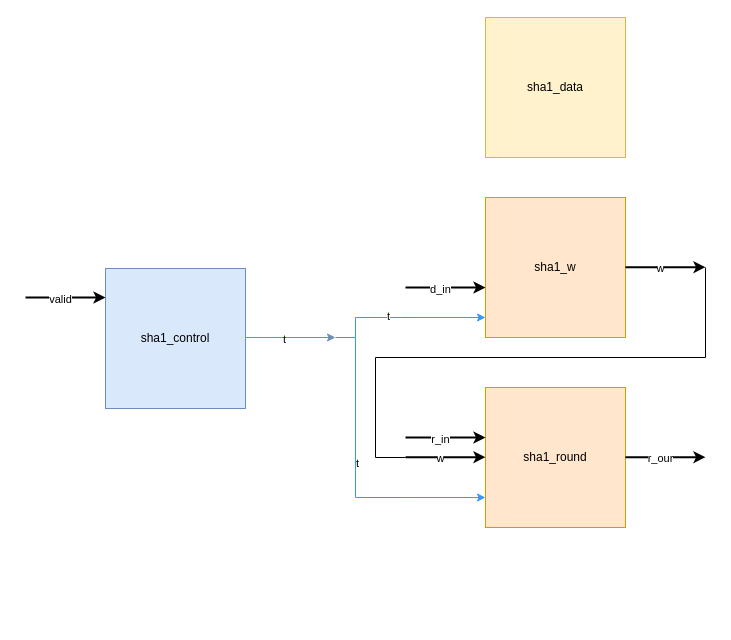
Above: SHA1.drawio in ZPNMiaoHeng/drawioFolder (draw.io), before the change. Source tidied: cells renumbered, new cells numbered last; positions are measured from the earlier drawing's top-left corner, leaving out a move shared by most shapes. Both pictures are drawn from the tidied source at 100%, with x=0, y=0 at pixel (25, 17).
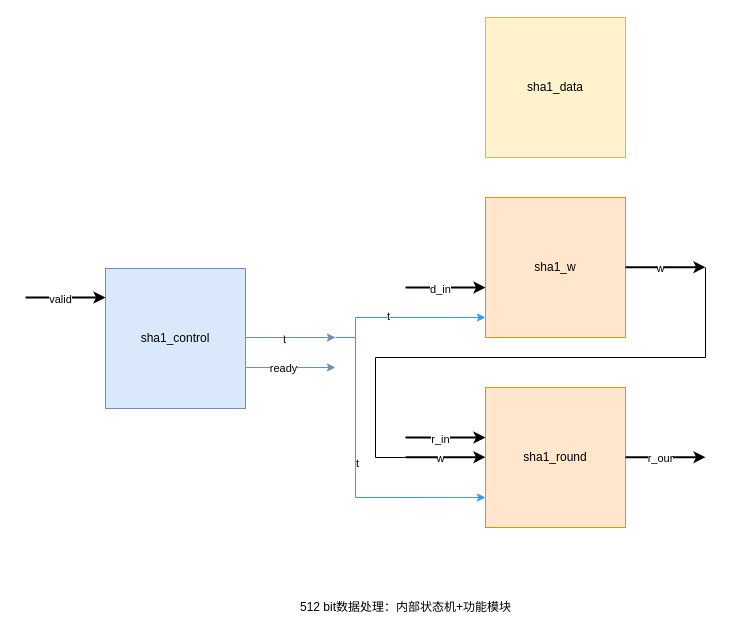
The same diagram, later.

Commit message:
状态机通过握手想信号控制.drawio

The change refers to these unchanged cells:
```xml
<mxCell id="19" value="sha1_control" style="whiteSpace=wrap;html=1;fillColor=#dae8fc;strokeColor=#6c8ebf;" parent="1" vertex="1">
  <mxGeometry x="80" y="251" width="140" height="140" as="geometry" />
</mxCell>
```

What changed in the source:
```diff
@@
+    <mxCell id="25" value="512 bit数据处理：内部状态机+功能模块" style="text;html=1;align=center;verticalAlign=middle;strokeColor=none;fillColor=none;" parent="1" vertex="1">
+      <mxGeometry x="265" y="575" width="230" height="30" as="geometry" />
+    </mxCell>
+    <mxCell id="26" style="endArrow=classic;html=1;rounded=0;strokeWidth=1;fillColor=#dae8fc;strokeColor=#6c8ebf;exitX=1;exitY=0.707;exitDx=0;exitDy=0;exitPerimeter=0;" parent="1" edge="1" source="19">
+      <mxGeometry relative="1" as="geometry">
+        <mxPoint x="310" y="350" as="targetPoint" />
+      </mxGeometry>
+    </mxCell>
+    <mxCell id="27" value="ready" style="edgeLabel;html=1;align=center;verticalAlign=middle;" parent="26" vertex="1">
+      <mxGeometry x="-0.15" y="-1" relative="1" as="geometry" />
+    </mxCell>
```
